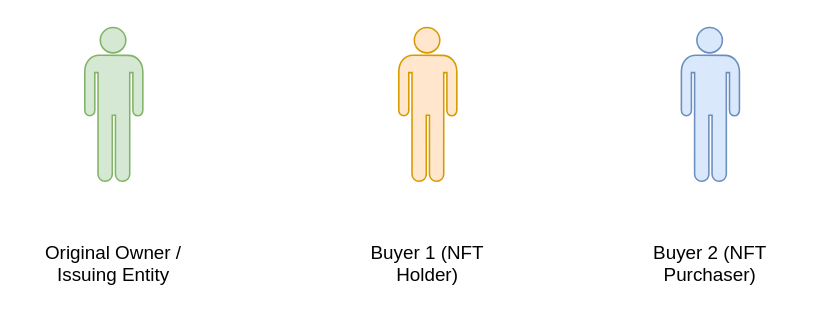
This is Untitled Diagram.drawio from Itheum/architecture-diagrams, a draw.io file, before an edit. Source tidied: cells renumbered, new cells numbered last; positions are measured from the earlier drawing's top-left corner, leaving out a move shared by most shapes. Both pictures are drawn from the tidied source at 157%, with x=0, y=0 at pixel (27, 27).
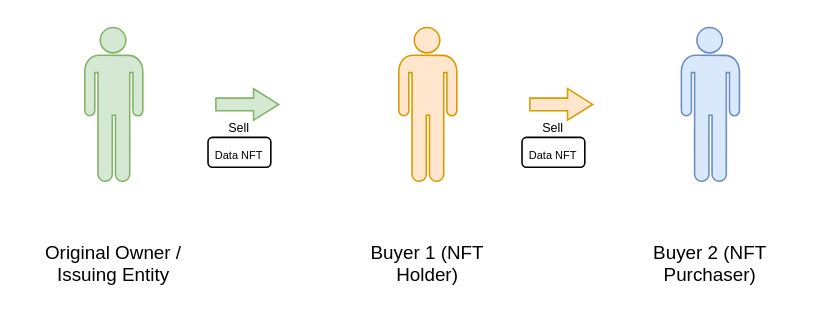
The same diagram, later.

Diff of the diagram source:
```diff
@@
 <mxGraphModel>
   <root>
     <mxCell id="0" />
     <mxCell id="1" parent="0" />
     <mxCell id="2" style="shape=mxgraph.signs.people.man_1;html=1;fillColor=#d5e8d4;strokeColor=#82b366;verticalLabelPosition=bottom;verticalAlign=top;align=center;" parent="1" vertex="1">
       <mxGeometry x="36.5" width="37" height="98" as="geometry" />
     </mxCell>
     <mxCell id="3" value="Original Owner / Issuing Entity" style="text;whiteSpace=wrap;html=1;align=center;" parent="1" vertex="1">
       <mxGeometry y="130" width="110" height="30" as="geometry" />
     </mxCell>
     <mxCell id="4" style="shape=mxgraph.signs.people.man_1;html=1;strokeColor=#d79b00;verticalLabelPosition=bottom;verticalAlign=top;align=center;fillColor=#ffe6cc;" parent="1" vertex="1">
       <mxGeometry x="236.5" width="37" height="98" as="geometry" />
     </mxCell>
     <mxCell id="5" style="shape=mxgraph.signs.people.man_1;html=1;fillColor=#dae8fc;strokeColor=#6c8ebf;verticalLabelPosition=bottom;verticalAlign=top;align=center;" parent="1" vertex="1">
       <mxGeometry x="416.5" width="37" height="98" as="geometry" />
     </mxCell>
     <mxCell id="6" value="Buyer 1 (NFT Holder)" style="text;whiteSpace=wrap;html=1;align=center;" parent="1" vertex="1">
       <mxGeometry x="200" y="130" width="110" height="30" as="geometry" />
     </mxCell>
     <mxCell id="7" value="Buyer 2 (NFT Purchaser)" style="text;whiteSpace=wrap;html=1;align=center;" parent="1" vertex="1">
       <mxGeometry x="380" y="130" width="110" height="30" as="geometry" />
     </mxCell>
+    <mxCell id="8" style="shape=singleArrow;whiteSpace=wrap;html=1;arrowWidth=0.4;arrowSize=0.4;verticalAlign=top;strokeColor=#d79b00;fillColor=#ffe6cc;" parent="1" vertex="1">
+      <mxGeometry x="320" y="39" width="40" height="20" as="geometry" />
+    </mxCell>
+    <mxCell id="9" style="shape=singleArrow;whiteSpace=wrap;html=1;arrowWidth=0.4;arrowSize=0.4;verticalAlign=top;strokeColor=#82b366;fillColor=#d5e8d4;" parent="1" vertex="1">
+      <mxGeometry x="120" y="39" width="40" height="20" as="geometry" />
+    </mxCell>
+    <mxCell id="10" value="&lt;font style=&quot;font-size: 8px&quot;&gt;Sell&lt;/font&gt;" style="text;whiteSpace=wrap;html=1;align=center;" parent="1" vertex="1">
+      <mxGeometry x="110" y="49" width="50" height="10" as="geometry" />
+    </mxCell>
+    <mxCell id="11" value="&lt;div&gt;&lt;span style=&quot;font-size: 7px ; line-height: 0%&quot;&gt;Data NFT&lt;/span&gt;&lt;/div&gt;" style="rounded=1;whiteSpace=wrap;html=1;align=center;" parent="1" vertex="1">
+      <mxGeometry x="115" y="70" width="40" height="19" as="geometry" />
+    </mxCell>
+    <mxCell id="12" value="&lt;font style=&quot;font-size: 8px&quot;&gt;Sell&lt;/font&gt;" style="text;whiteSpace=wrap;html=1;align=center;" parent="1" vertex="1">
+      <mxGeometry x="310" y="49" width="50" height="10" as="geometry" />
+    </mxCell>
+    <mxCell id="13" value="&lt;div&gt;&lt;span style=&quot;font-size: 7px ; line-height: 0%&quot;&gt;Data NFT&lt;/span&gt;&lt;/div&gt;" style="rounded=1;whiteSpace=wrap;html=1;align=center;" parent="1" vertex="1">
+      <mxGeometry x="315" y="70" width="40" height="19" as="geometry" />
+    </mxCell>
   </root>
 </mxGraphModel>
```
